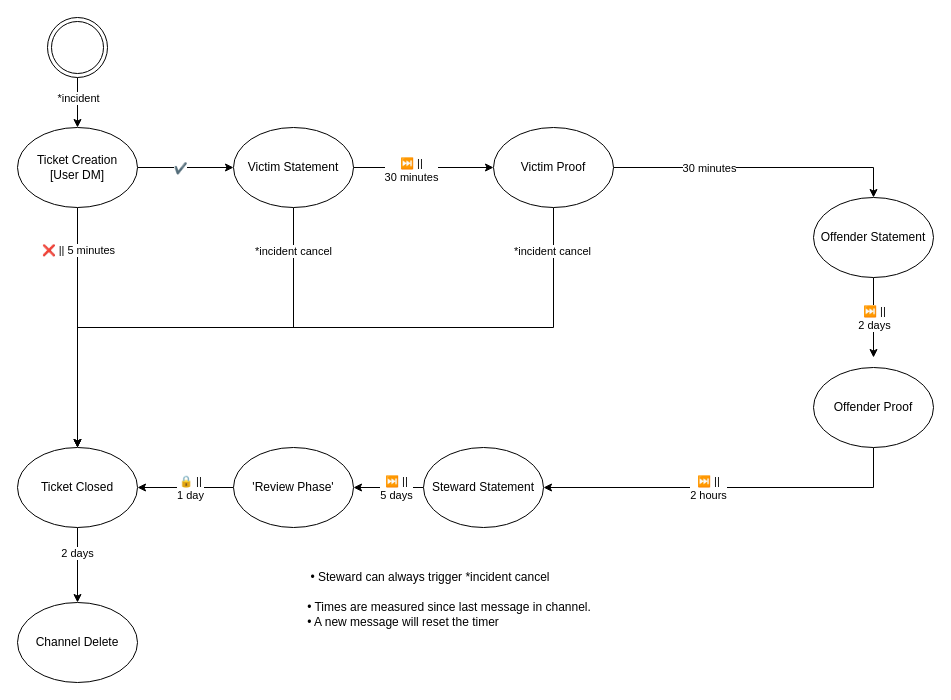
Earlier version of the draw.io diagram StateMachine.drawio (Mayerch1/IncidentBot). Source tidied: cells renumbered, new cells numbered last; positions are measured from the earlier drawing's top-left corner, leaving out a move shared by most shapes. Both pictures are drawn from the tidied source at 100%, with x=0, y=0 at pixel (17, 17).
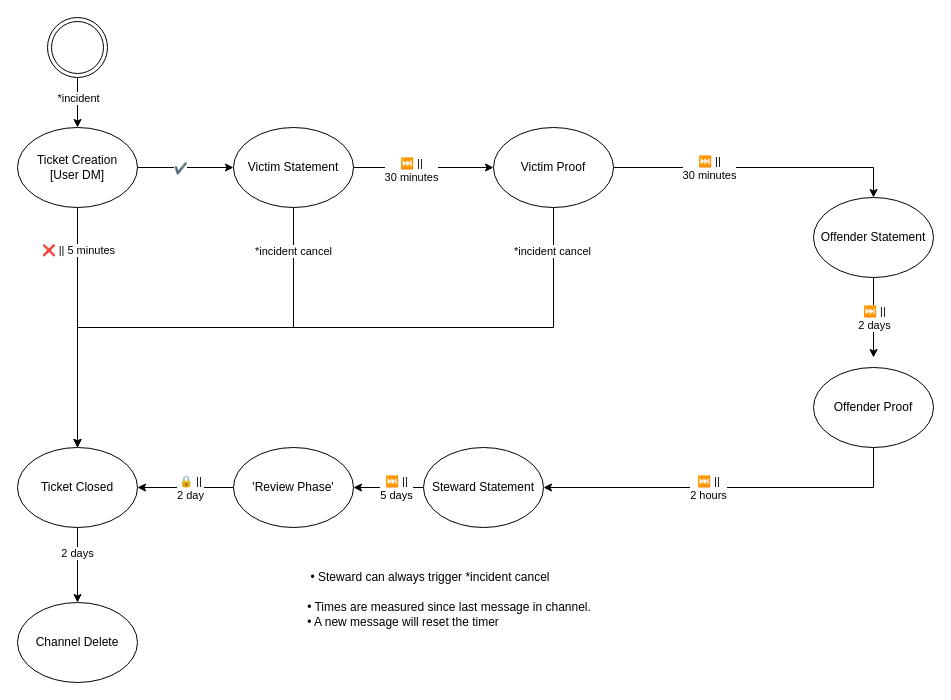
Above is the later version.

The change refers to these unchanged cells:
```xml
<mxCell id="12" style="edgeStyle=orthogonalEdgeStyle;rounded=0;jettySize=auto;html=1;entryX=0.5;entryY=0;entryDx=0;entryDy=0;" parent="1" edge="1" source="16" target="19">
  <mxGeometry relative="1" as="geometry" />
</mxCell>
<mxCell id="23" style="edgeStyle=orthogonalEdgeStyle;rounded=0;jettySize=auto;html=1;entryX=1;entryY=0.5;entryDx=0;entryDy=0;exitX=0;exitY=0.5;exitDx=0;exitDy=0;" parent="1" edge="1" source="32" target="30">
  <mxGeometry relative="1" as="geometry" />
</mxCell>
```

The edit, as a diff of the source:
```diff
@@
-    <mxCell id="13" value="30 minutes" style="edgeLabel;html=1;align=center;verticalAlign=middle;" parent="12" vertex="1">
+    <mxCell id="13" value="⏭️ ||&lt;br&gt;30 minutes" style="edgeLabel;html=1;align=center;verticalAlign=middle;" parent="12" vertex="1">
       <mxGeometry x="-0.11" y="-2" relative="1" as="geometry">
         <mxPoint x="-33.8" y="-2" as="offset" />
       </mxGeometry>
     </mxCell>
@@
-    <mxCell id="24" value="🔒 ||&lt;br&gt;1 day" style="edgeLabel;html=1;align=center;verticalAlign=middle;" parent="23" vertex="1">
+    <mxCell id="24" value="🔒 ||&lt;br&gt;2 day" style="edgeLabel;html=1;align=center;verticalAlign=middle;" parent="23" vertex="1">
       <mxGeometry x="0.26" y="1" relative="1" as="geometry">
         <mxPoint x="16.9" y="-1" as="offset" />
       </mxGeometry>
     </mxCell>
```
